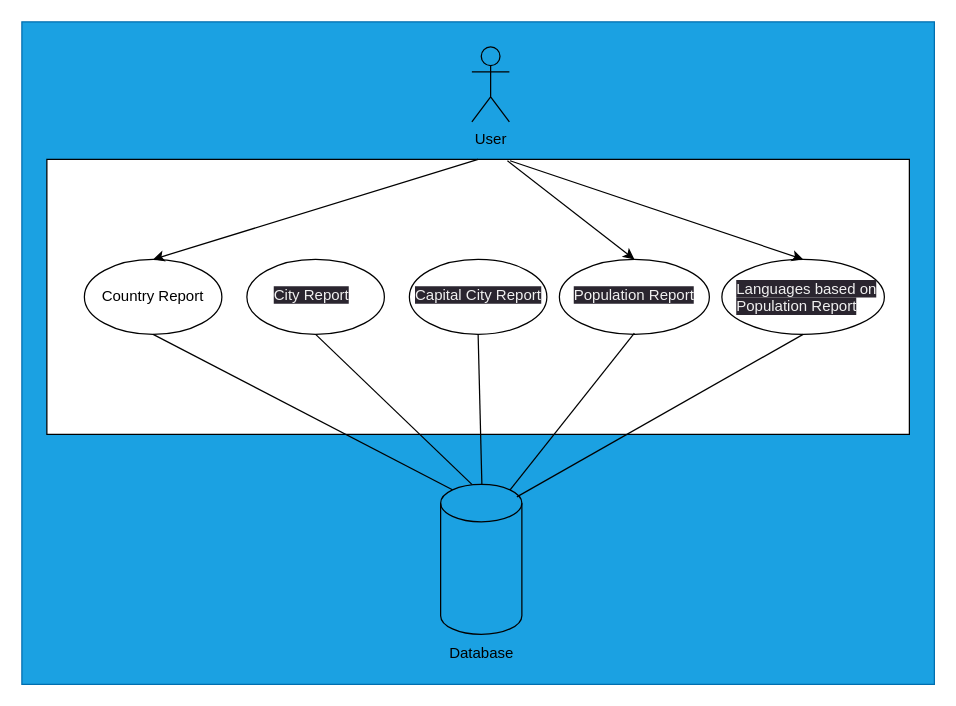
Above: use-cases/use-case-diagram.drawio in jamieyoung5/SWM-F (draw.io), before the change. Source tidied: cells renumbered, new cells numbered last; positions are measured from the earlier drawing's top-left corner, leaving out a move shared by most shapes. Both pictures are drawn from the tidied source at 125%, with x=0, y=0 at pixel (21, 21).
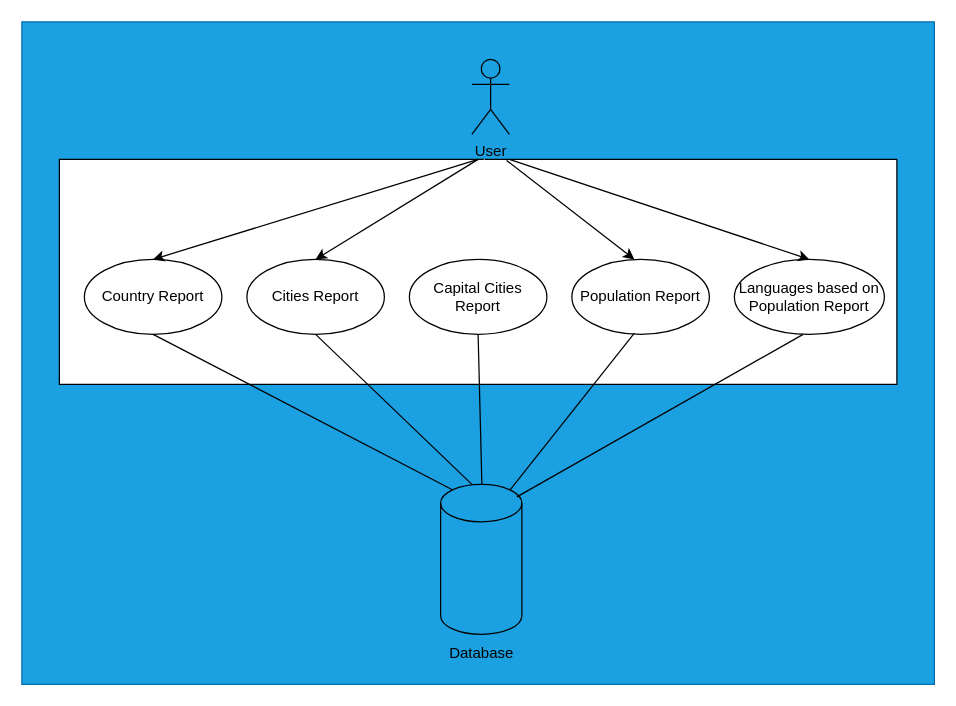
Above is the later version.

Diff of the diagram source:
```diff
@@
     <mxCell id="3" value="User" style="shape=umlActor;verticalLabelPosition=bottom;verticalAlign=top;html=1;fillColor=none;strokeColor=#000000;" parent="1" vertex="1">
-      <mxGeometry x="360" y="20" width="30" height="60" as="geometry" />
+      <mxGeometry x="360" y="30" width="30" height="60" as="geometry" />
     </mxCell>
-    <mxCell id="4" style="edgeStyle=none;html=1;exitX=0.5;exitY=0;exitDx=0;exitDy=0;entryX=0.5;entryY=0;entryDx=0;entryDy=0;" parent="1" edge="1" source="6" target="9">
-      <mxGeometry relative="1" as="geometry" />
+    <mxCell id="4" style="edgeStyle=none;html=1;exitX=0.5;exitY=0;exitDx=0;exitDy=0;entryX=0.5;entryY=0;entryDx=0;entryDy=0;" parent="1" edge="1" source="6">
+      <mxGeometry relative="1" as="geometry">
+        <mxPoint x="235" y="190" as="targetPoint" />
+      </mxGeometry>
     </mxCell>
-    <mxCell id="5" style="edgeStyle=none;html=1;entryX=0.5;entryY=0;entryDx=0;entryDy=0;" parent="1" edge="1" target="10">
-      <mxGeometry relative="1" as="geometry">
-        <mxPoint x="365" y="110" as="sourcePoint" />
-      </mxGeometry>
-    </mxCell>
+    <mxCell id="27" style="edgeStyle=none;html=1;exitX=0.5;exitY=0;exitDx=0;exitDy=0;entryX=0.5;entryY=0;entryDx=0;entryDy=0;" parent="1" edge="1" source="6" target="29">
+      <mxGeometry relative="1" as="geometry" />
+    </mxCell>
     <mxCell id="6" style="rounded=0;whiteSpace=wrap;html=1;" parent="1" vertex="1">
-      <mxGeometry x="20" y="110" width="690" height="220" as="geometry" />
+      <mxGeometry x="30" y="110" width="670" height="180" as="geometry" />
     </mxCell>
@@
-    <mxCell id="9" style="ellipse;whiteSpace=wrap;html=1;fillColor=none;" parent="1" vertex="1">
-      <mxGeometry x="180" y="190" width="110" height="60" as="geometry" />
-    </mxCell>
-    <mxCell id="10" style="ellipse;whiteSpace=wrap;html=1;fillColor=none;" parent="1" vertex="1">
-      <mxGeometry x="310" y="190" width="110" height="60" as="geometry" />
-    </mxCell>
-    <mxCell id="11" style="ellipse;whiteSpace=wrap;html=1;fillColor=none;" parent="1" vertex="1">
-      <mxGeometry x="430" y="190" width="120" height="60" as="geometry" />
-    </mxCell>
-    <mxCell id="12" style="ellipse;whiteSpace=wrap;html=1;fillColor=none;" parent="1" vertex="1">
-      <mxGeometry x="560" y="190" width="130" height="60" as="geometry" />
-    </mxCell>
@@
-    <mxCell id="14" style="endArrow=classic;html=1;entryX=0.5;entryY=0;entryDx=0;entryDy=0;exitX=0.537;exitY=0.005;exitDx=0;exitDy=0;exitPerimeter=0;" parent="1" edge="1" source="6" target="12">
-      <mxGeometry relative="1" as="geometry" />
-    </mxCell>
-    <mxCell id="15" style="endArrow=classic;html=1;entryX=0.5;entryY=0;entryDx=0;entryDy=0;exitX=0.534;exitY=0.005;exitDx=0;exitDy=0;exitPerimeter=0;" parent="1" edge="1" source="6" target="11">
-      <mxGeometry relative="1" as="geometry" />
+    <mxCell id="15" style="endArrow=classic;html=1;entryX=0.5;entryY=0;entryDx=0;entryDy=0;exitX=0.534;exitY=0.005;exitDx=0;exitDy=0;exitPerimeter=0;" parent="1" edge="1" source="6">
+      <mxGeometry relative="1" as="geometry">
+        <mxPoint x="490" y="190" as="targetPoint" />
+      </mxGeometry>
     </mxCell>
@@
-    <mxCell id="17" style="endArrow=none;html=1;entryX=0.5;entryY=1;entryDx=0;entryDy=0;" parent="1" edge="1" target="9">
+    <mxCell id="17" style="endArrow=none;html=1;entryX=0.5;entryY=1;entryDx=0;entryDy=0;" parent="1" edge="1">
       <mxGeometry relative="1" as="geometry">
         <mxPoint x="360" y="370" as="sourcePoint" />
+        <mxPoint x="235" y="250" as="targetPoint" />
       </mxGeometry>
     </mxCell>
-    <mxCell id="18" style="endArrow=none;html=1;entryX=0.5;entryY=1;entryDx=0;entryDy=0;" parent="1" edge="1" target="10">
+    <mxCell id="18" style="endArrow=none;html=1;entryX=0.5;entryY=1;entryDx=0;entryDy=0;" parent="1" edge="1">
       <mxGeometry relative="1" as="geometry">
         <mxPoint x="368" y="370" as="sourcePoint" />
+        <mxPoint x="365" y="250" as="targetPoint" />
       </mxGeometry>
     </mxCell>
@@
-    <mxCell id="20" style="endArrow=none;html=1;entryX=0.5;entryY=1;entryDx=0;entryDy=0;" parent="1" edge="1" target="12">
+    <mxCell id="20" style="endArrow=none;html=1;entryX=0.5;entryY=1;entryDx=0;entryDy=0;" parent="1" edge="1">
       <mxGeometry relative="1" as="geometry">
         <mxPoint x="396" y="380" as="sourcePoint" />
+        <mxPoint x="625" y="250" as="targetPoint" />
       </mxGeometry>
     </mxCell>
@@
-    <mxCell id="23" value="&lt;span style=&quot;color: rgb(240, 240, 240); font-family: Helvetica; font-size: 12px; font-style: normal; font-variant-ligatures: normal; font-variant-caps: normal; font-weight: 400; letter-spacing: normal; orphans: 2; text-align: center; text-indent: 0px; text-transform: none; widows: 2; word-spacing: 0px; -webkit-text-stroke-width: 0px; background-color: rgb(42, 37, 47); text-decoration-thickness: initial; text-decoration-style: initial; text-decoration-color: initial; float: none; display: inline !important;&quot;&gt;City Report&lt;br&gt;&lt;br&gt;&lt;/span&gt;" style="text;whiteSpace=wrap;html=1;" parent="1" vertex="1">
-      <mxGeometry x="200" y="205" width="110" height="40" as="geometry" />
-    </mxCell>
-    <mxCell id="24" value="&lt;span style=&quot;color: rgb(240, 240, 240); font-family: Helvetica; font-size: 12px; font-style: normal; font-variant-ligatures: normal; font-variant-caps: normal; font-weight: 400; letter-spacing: normal; orphans: 2; text-align: center; text-indent: 0px; text-transform: none; widows: 2; word-spacing: 0px; -webkit-text-stroke-width: 0px; background-color: rgb(42, 37, 47); text-decoration-thickness: initial; text-decoration-style: initial; text-decoration-color: initial; float: none; display: inline !important;&quot;&gt;Capital City Report&lt;/span&gt;" style="text;whiteSpace=wrap;html=1;" parent="1" vertex="1">
-      <mxGeometry x="312.5" y="205" width="110" height="40" as="geometry" />
-    </mxCell>
+    <mxCell id="28" value="Capital Cities Report" style="ellipse;whiteSpace=wrap;html=1;fillColor=none;" parent="1" vertex="1">
+      <mxGeometry x="310" y="190" width="110" height="60" as="geometry" />
+    </mxCell>
+    <mxCell id="29" value="Cities Report" style="ellipse;whiteSpace=wrap;html=1;fillColor=none;" parent="1" vertex="1">
+      <mxGeometry x="180" y="190" width="110" height="60" as="geometry" />
+    </mxCell>
+    <mxCell id="26" value="Languages based on Population Report" style="ellipse;whiteSpace=wrap;html=1;fillColor=none;" parent="1" vertex="1">
+      <mxGeometry x="570" y="190" width="120" height="60" as="geometry" />
+    </mxCell>
+    <mxCell id="30" style="edgeStyle=none;html=1;exitX=0.5;exitY=0;exitDx=0;exitDy=0;entryX=0.5;entryY=0;entryDx=0;entryDy=0;" parent="1" edge="1" source="6" target="29">
+      <mxGeometry relative="1" as="geometry" />
+    </mxCell>
-    <mxCell id="25" value="&lt;span style=&quot;color: rgb(240, 240, 240); font-family: Helvetica; font-size: 12px; font-style: normal; font-variant-ligatures: normal; font-variant-caps: normal; font-weight: 400; letter-spacing: normal; orphans: 2; text-align: center; text-indent: 0px; text-transform: none; widows: 2; word-spacing: 0px; -webkit-text-stroke-width: 0px; background-color: rgb(42, 37, 47); text-decoration-thickness: initial; text-decoration-style: initial; text-decoration-color: initial; float: none; display: inline !important;&quot;&gt;Population Report&lt;/span&gt;" style="text;whiteSpace=wrap;html=1;" parent="1" vertex="1">
-      <mxGeometry x="440" y="205" width="130" height="40" as="geometry" />
+    <mxCell id="25" value="Population Report" style="ellipse;whiteSpace=wrap;html=1;fillColor=none;" parent="1" vertex="1">
+      <mxGeometry x="440" y="190" width="110" height="60" as="geometry" />
     </mxCell>
-    <mxCell id="26" value="&lt;span style=&quot;color: rgb(240, 240, 240); font-family: Helvetica; font-size: 12px; font-style: normal; font-variant-ligatures: normal; font-variant-caps: normal; font-weight: 400; letter-spacing: normal; orphans: 2; text-align: center; text-indent: 0px; text-transform: none; widows: 2; word-spacing: 0px; -webkit-text-stroke-width: 0px; background-color: rgb(42, 37, 47); text-decoration-thickness: initial; text-decoration-style: initial; text-decoration-color: initial; float: none; display: inline !important;&quot;&gt;Languages based on Population Report&lt;/span&gt;" style="text;whiteSpace=wrap;html=1;" parent="1" vertex="1">
-      <mxGeometry x="570" y="200" width="130" height="40" as="geometry" />
-    </mxCell>
+    <mxCell id="31" style="endArrow=classic;html=1;strokeColor=#FFFFFF;entryX=0.5;entryY=0;entryDx=0;entryDy=0;" parent="1" edge="1" target="28">
+      <mxGeometry relative="1" as="geometry">
+        <mxPoint x="370" y="110" as="sourcePoint" />
+      </mxGeometry>
+    </mxCell>
+    <mxCell id="32" style="endArrow=classic;html=1;entryX=0.5;entryY=0;entryDx=0;entryDy=0;" parent="1" edge="1" target="26">
+      <mxGeometry relative="1" as="geometry">
+        <mxPoint x="390" y="110" as="sourcePoint" />
+      </mxGeometry>
+    </mxCell>
```
